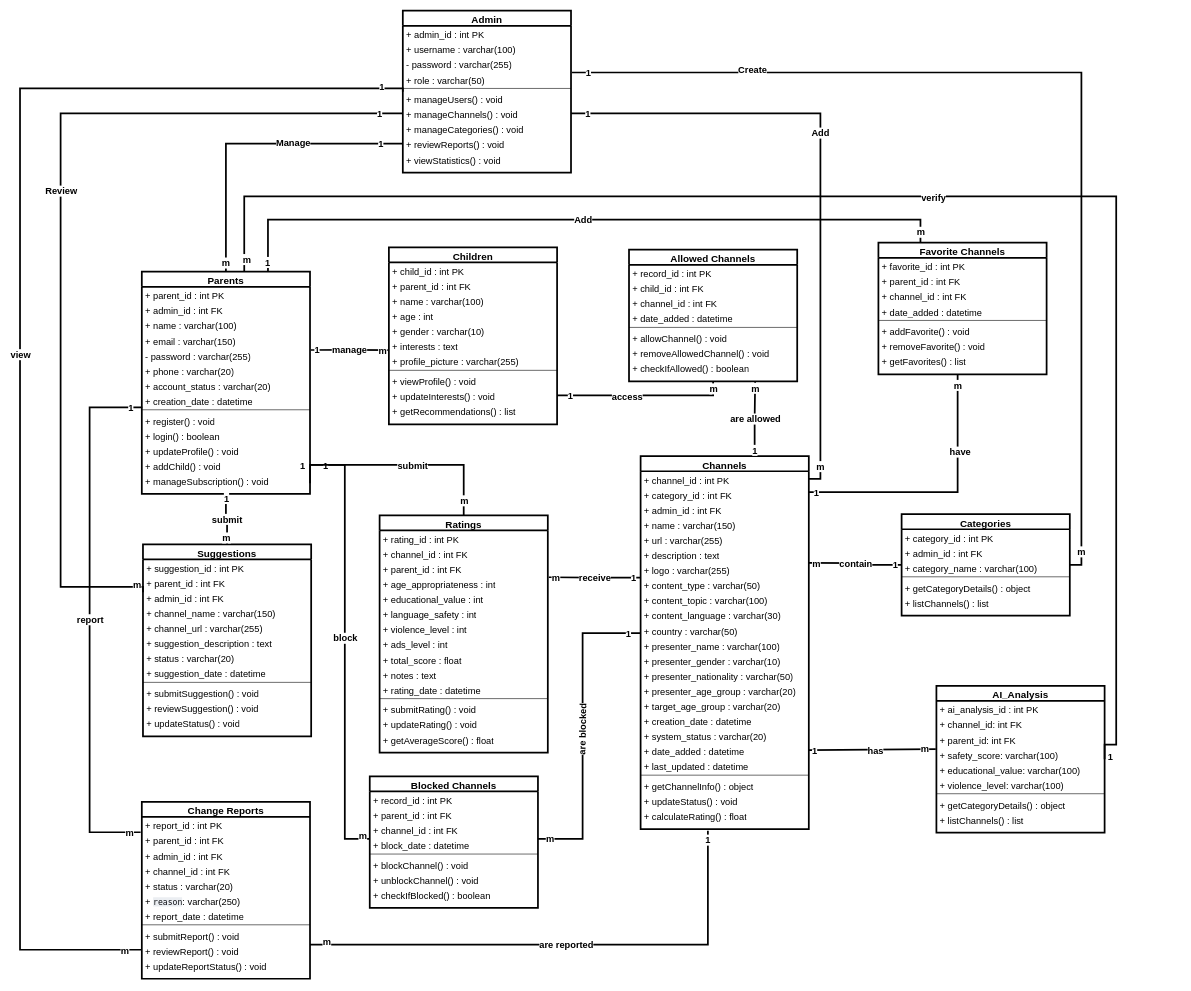
Before: page "Class Diagram" (6 of 7) of رقيب.drawio in MahmoudHamdy19/diagrams-, a draw.io diagram. Source tidied: cells renumbered, new cells numbered last; positions are measured from the earlier drawing's top-left corner, leaving out a move shared by most shapes. Both pictures are drawn from the tidied source at 58%, with x=0, y=0 at pixel (20, 10).
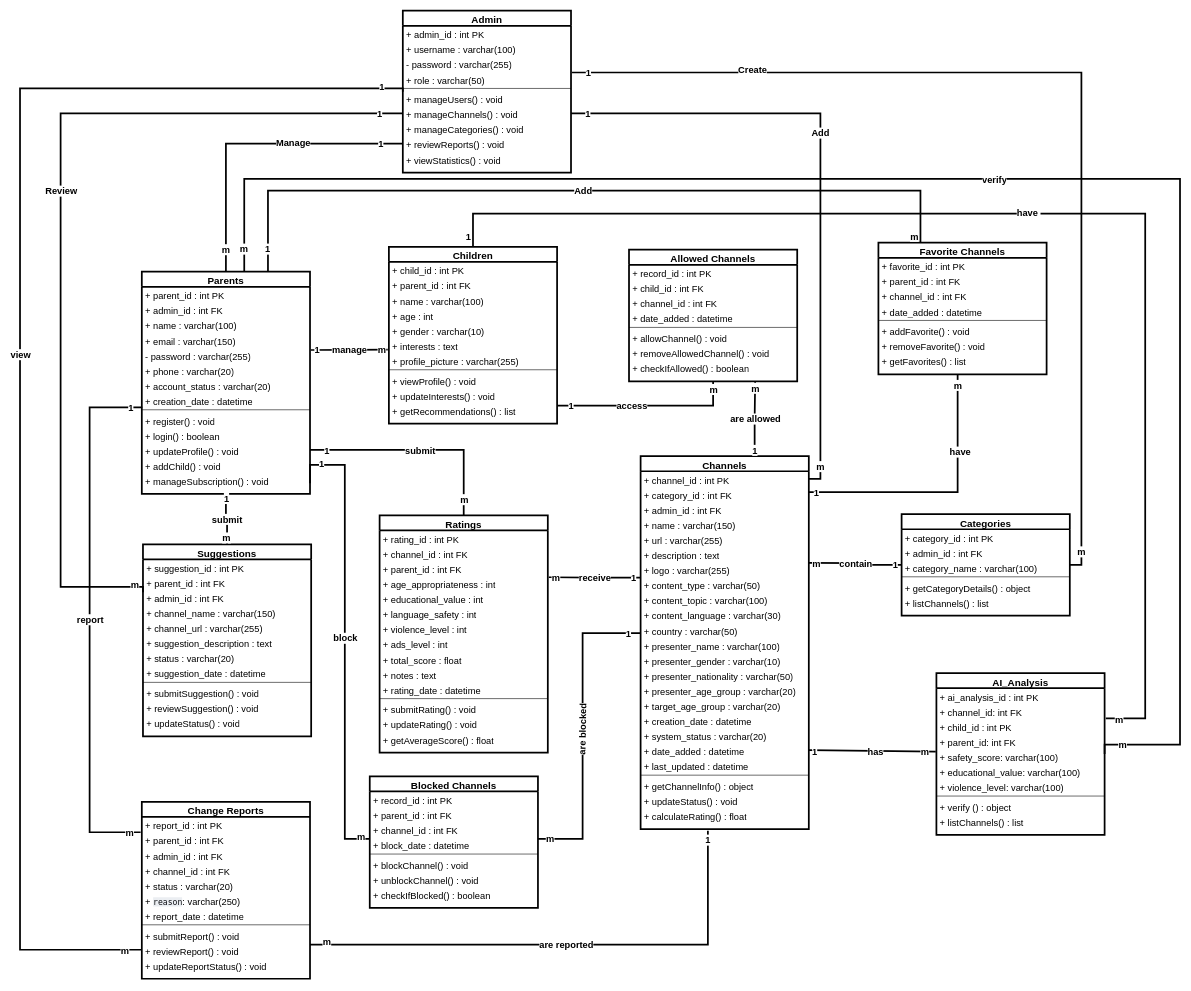
Above is the later version.

Unchanged cells that the change refers to:
```xml
<mxCell id="2" value="Parents" style="swimlane;fontStyle=1;align=center;verticalAlign=top;horizontal=1;startSize=26;whiteSpace=wrap;html=1;strokeWidth=3;fontSize=17;labelBackgroundColor=none;" parent="1" vertex="1">
  <mxGeometry x="210" y="450" width="290" height="383" as="geometry" />
</mxCell>
<mxCell id="14" value="+ updateProfile() : void" style="text;strokeColor=none;fillColor=none;align=left;verticalAlign=top;spacingLeft=4;spacingRight=4;overflow=hidden;points=[[0,0.5],[1,0.5]];portConstraint=eastwest;whiteSpace=wrap;html=1;fontSize=16;fontStyle=0;strokeWidth=3;labelBackgroundColor=default;" parent="2" vertex="1">
  <mxGeometry y="294" width="290" height="26" as="geometry" />
</mxCell>
<mxCell id="15" value="+ addChild() : void" style="text;strokeColor=none;fillColor=none;align=left;verticalAlign=top;spacingLeft=4;spacingRight=4;overflow=hidden;points=[[0,0.5],[1,0.5]];portConstraint=eastwest;whiteSpace=wrap;html=1;fontSize=16;fontStyle=0;strokeWidth=3;labelBackgroundColor=default;" parent="2" vertex="1">
  <mxGeometry y="320" width="290" height="26" as="geometry" />
</mxCell>
<mxCell id="27" value="+ updateInterests() : void" style="text;strokeColor=none;fillColor=none;align=left;verticalAlign=top;spacingLeft=4;spacingRight=4;overflow=hidden;points=[[0,0.5],[1,0.5]];portConstraint=eastwest;whiteSpace=wrap;html=1;fontSize=16;fontStyle=0;strokeWidth=3;labelBackgroundColor=default;" parent="17" vertex="1">
  <mxGeometry y="242" width="290" height="26" as="geometry" />
</mxCell>
<mxCell id="28" value="+ getRecommendations() : list" style="text;strokeColor=none;fillColor=none;align=left;verticalAlign=top;spacingLeft=4;spacingRight=4;overflow=hidden;points=[[0,0.5],[1,0.5]];portConstraint=eastwest;whiteSpace=wrap;html=1;fontSize=16;fontStyle=0;strokeWidth=3;labelBackgroundColor=default;" parent="17" vertex="1">
  <mxGeometry y="268" width="290" height="37" as="geometry" />
</mxCell>
<mxCell id="61" value="Ratings" style="swimlane;fontStyle=1;align=center;verticalAlign=top;horizontal=1;startSize=26;whiteSpace=wrap;html=1;strokeWidth=3;fontSize=17;labelBackgroundColor=none;" parent="1" vertex="1">
  <mxGeometry x="620" y="870" width="290" height="409" as="geometry" />
</mxCell>
<mxCell id="99" value="Allowed Channels" style="swimlane;fontStyle=1;align=center;verticalAlign=top;horizontal=1;startSize=26;whiteSpace=wrap;html=1;strokeWidth=3;fontSize=17;labelBackgroundColor=none;" parent="1" vertex="1">
  <mxGeometry x="1050" y="412" width="290" height="227" as="geometry" />
</mxCell>
<mxCell id="140" style="edgeStyle=orthogonalEdgeStyle;rounded=0;jettySize=auto;html=1;endArrow=none;endFill=0;strokeWidth=3;exitX=1;exitY=0.5;exitDx=0;exitDy=0;fontStyle=0;labelBackgroundColor=default;fontColor=default;" parent="1" edge="1" source="16" target="90">
  <mxGeometry relative="1" as="geometry">
    <Array as="points">
      <mxPoint x="560" y="783.1" />
      <mxPoint x="560" y="1428" />
    </Array>
  </mxGeometry>
</mxCell>
<mxCell id="175" value="Favorite Channels" style="swimlane;fontStyle=1;align=center;verticalAlign=top;horizontal=1;startSize=26;whiteSpace=wrap;html=1;strokeWidth=3;fontSize=17;labelBackgroundColor=none;" parent="1" vertex="1">
  <mxGeometry x="1480" y="400" width="290" height="227" as="geometry" />
</mxCell>
<mxCell id="184" style="edgeStyle=orthogonalEdgeStyle;rounded=0;jettySize=auto;html=1;endArrow=none;endFill=0;strokeWidth=3;exitX=0;exitY=0.5;exitDx=0;exitDy=0;fontStyle=0;labelBackgroundColor=default;fontColor=default;entryX=0.5;entryY=0;entryDx=0;entryDy=0;" parent="1" edge="1" source="173" target="2">
  <mxGeometry relative="1" as="geometry" />
</mxCell>
<mxCell id="196" style="edgeStyle=orthogonalEdgeStyle;rounded=0;jettySize=auto;html=1;endArrow=none;endFill=0;strokeWidth=3;exitX=0;exitY=0.5;exitDx=0;exitDy=0;fontStyle=0;labelBackgroundColor=default;fontColor=default;entryX=0;entryY=0.25;entryDx=0;entryDy=0;" parent="1" edge="1" source="171" target="77">
  <mxGeometry relative="1" as="geometry">
    <Array as="points">
      <mxPoint x="70" y="177" />
      <mxPoint x="70" y="993.5" />
    </Array>
  </mxGeometry>
</mxCell>
```

The edit, as a diff of the source:
```diff
@@
     <mxCell id="17" value="Children" style="swimlane;fontStyle=1;align=center;verticalAlign=top;horizontal=1;startSize=26;whiteSpace=wrap;html=1;strokeWidth=3;fontSize=17;labelBackgroundColor=none;" parent="1" vertex="1">
-      <mxGeometry x="636" y="408" width="290" height="305" as="geometry" />
+      <mxGeometry x="636" y="407" width="290" height="305" as="geometry" />
     </mxCell>
@@
-    <mxCell id="128" style="edgeStyle=orthogonalEdgeStyle;rounded=0;jettySize=auto;html=1;endArrow=none;endFill=0;strokeWidth=3;exitX=1;exitY=0.5;exitDx=0;exitDy=0;fontStyle=0;labelBackgroundColor=default;fontColor=default;" parent="1" edge="1" source="15" target="61">
+    <mxCell id="128" style="edgeStyle=orthogonalEdgeStyle;rounded=0;jettySize=auto;html=1;endArrow=none;endFill=0;strokeWidth=3;exitX=1;exitY=0.5;exitDx=0;exitDy=0;fontStyle=0;labelBackgroundColor=default;fontColor=default;" parent="1" edge="1" source="14" target="61">
       <mxGeometry relative="1" as="geometry" />
     </mxCell>
@@
     <mxCell id="141" value="1" style="edgeLabel;html=1;align=center;verticalAlign=middle;fontStyle=1;fontSize=16;labelBackgroundColor=default;" parent="140" vertex="1">
       <mxGeometry x="-0.85" relative="1" as="geometry">
-        <mxPoint x="-40" as="offset" />
+        <mxPoint x="-7" y="-3" as="offset" />
       </mxGeometry>
     </mxCell>
     <mxCell id="142" value="m" style="edgeLabel;html=1;align=center;verticalAlign=middle;fontStyle=1;fontSize=16;labelBackgroundColor=default;" parent="140" vertex="1">
       <mxGeometry x="0.85" relative="1" as="geometry">
-        <mxPoint x="30" y="9" as="offset" />
+        <mxPoint x="27" y="12" as="offset" />
       </mxGeometry>
     </mxCell>
@@
-    <mxCell id="148" style="edgeStyle=orthogonalEdgeStyle;rounded=0;jettySize=auto;html=1;endArrow=none;endFill=0;strokeWidth=3;exitX=1;exitY=0.5;exitDx=0;exitDy=0;fontStyle=0;labelBackgroundColor=default;fontColor=default;" parent="1" edge="1" source="27" target="99">
-      <mxGeometry relative="1" as="geometry" />
+    <mxCell id="148" style="edgeStyle=orthogonalEdgeStyle;rounded=0;jettySize=auto;html=1;endArrow=none;endFill=0;strokeWidth=3;fontStyle=0;labelBackgroundColor=default;fontColor=default;exitX=1.001;exitY=0.153;exitDx=0;exitDy=0;exitPerimeter=0;" parent="1" edge="1" source="28" target="99">
+      <mxGeometry relative="1" as="geometry">
+        <Array as="points">
+          <mxPoint x="1195" y="680.7" />
+        </Array>
+      </mxGeometry>
     </mxCell>
@@
     <mxCell id="186" value="m" style="edgeLabel;html=1;align=center;verticalAlign=middle;fontStyle=1;fontSize=16;labelBackgroundColor=default;" parent="184" vertex="1">
       <mxGeometry x="0.85" relative="1" as="geometry">
-        <mxPoint x="-1" y="23" as="offset" />
+        <mxPoint x="-1" as="offset" />
       </mxGeometry>
     </mxCell>
@@
     <mxCell id="198" value="m" style="edgeLabel;html=1;align=center;verticalAlign=middle;fontStyle=1;fontSize=16;labelBackgroundColor=default;" parent="196" vertex="1">
       <mxGeometry x="0.85" relative="1" as="geometry">
-        <mxPoint x="97" y="-4" as="offset" />
+        <mxPoint x="93" y="-4" as="offset" />
       </mxGeometry>
     </mxCell>
@@
     <mxCell id="200" style="edgeStyle=orthogonalEdgeStyle;rounded=0;jettySize=auto;html=1;endArrow=none;endFill=0;strokeWidth=3;exitX=0.75;exitY=0;exitDx=0;exitDy=0;fontStyle=0;labelBackgroundColor=default;fontColor=default;entryX=0.25;entryY=0;entryDx=0;entryDy=0;" parent="1" edge="1" source="2" target="175">
       <mxGeometry relative="1" as="geometry">
         <Array as="points">
-          <mxPoint x="427.5" y="360" />
-          <mxPoint x="1552.5" y="360" />
+          <mxPoint x="427.5" y="310" />
+          <mxPoint x="1552.5" y="310" />
         </Array>
       </mxGeometry>
     </mxCell>
     <mxCell id="201" value="1" style="edgeLabel;html=1;align=center;verticalAlign=middle;fontStyle=1;fontSize=16;labelBackgroundColor=default;" parent="200" vertex="1">
       <mxGeometry x="-0.85" relative="1" as="geometry">
-        <mxPoint x="-5" y="73" as="offset" />
+        <mxPoint x="-1" y="62" as="offset" />
       </mxGeometry>
     </mxCell>
     <mxCell id="202" value="m" style="edgeLabel;html=1;align=center;verticalAlign=middle;fontStyle=1;fontSize=16;labelBackgroundColor=default;" parent="200" vertex="1">
       <mxGeometry x="0.85" relative="1" as="geometry">
-        <mxPoint x="54" y="21" as="offset" />
+        <mxPoint x="1" y="78" as="offset" />
       </mxGeometry>
     </mxCell>
@@
     <mxCell id="212" value="AI_Analysis" style="swimlane;fontStyle=1;align=center;verticalAlign=top;horizontal=1;startSize=26;whiteSpace=wrap;html=1;strokeWidth=3;fontSize=17;labelBackgroundColor=none;" parent="1" vertex="1">
-      <mxGeometry x="1580" y="1164" width="290" height="253" as="geometry" />
+      <mxGeometry x="1580" y="1142" width="290" height="279" as="geometry" />
     </mxCell>
@@
-    <mxCell id="215" value="+ parent_id: int FK" style="text;strokeColor=none;fillColor=none;align=left;verticalAlign=top;spacingLeft=4;spacingRight=4;overflow=hidden;points=[[0,0.5],[1,0.5]];portConstraint=eastwest;whiteSpace=wrap;html=1;fontSize=16;strokeWidth=3;fontStyle=0;labelBackgroundColor=default;" parent="212" vertex="1">
+    <mxCell id="215" value="+ child_id : int PK" style="text;strokeColor=none;fillColor=none;align=left;verticalAlign=top;spacingLeft=4;spacingRight=4;overflow=hidden;points=[[0,0.5],[1,0.5]];portConstraint=eastwest;whiteSpace=wrap;html=1;fontSize=16;strokeWidth=3;fontStyle=0;labelBackgroundColor=default;" parent="212" vertex="1">
       <mxGeometry y="78" width="290" height="26" as="geometry" />
     </mxCell>
+    <mxCell id="230" value="+ parent_id: int FK" style="text;strokeColor=none;fillColor=none;align=left;verticalAlign=top;spacingLeft=4;spacingRight=4;overflow=hidden;whiteSpace=wrap;html=1;fontSize=16;strokeWidth=3;fontStyle=0;labelBackgroundColor=default;" parent="212" vertex="1">
+      <mxGeometry y="104" width="290" height="26" as="geometry" />
+    </mxCell>
     <mxCell id="216" value="+ safety_score: varchar(100)" style="text;strokeColor=none;fillColor=none;align=left;verticalAlign=top;spacingLeft=4;spacingRight=4;overflow=hidden;points=[[0,0.5],[1,0.5]];portConstraint=eastwest;whiteSpace=wrap;html=1;fontSize=16;strokeWidth=3;fontStyle=0;labelBackgroundColor=default;" parent="212" vertex="1">
-      <mxGeometry y="104" width="290" height="26" as="geometry" />
+      <mxGeometry y="130" width="290" height="26" as="geometry" />
     </mxCell>
     <mxCell id="217" value="+ educational_value: varchar(100)" style="text;strokeColor=none;fillColor=none;align=left;verticalAlign=top;spacingLeft=4;spacingRight=4;overflow=hidden;whiteSpace=wrap;html=1;fontSize=16;strokeWidth=3;fontStyle=0;labelBackgroundColor=default;" parent="212" vertex="1">
-      <mxGeometry y="130" width="290" height="26" as="geometry" />
+      <mxGeometry y="156" width="290" height="26" as="geometry" />
     </mxCell>
     <mxCell id="218" value="+ violence_level: varchar(100)" style="text;strokeColor=none;fillColor=none;align=left;verticalAlign=top;spacingLeft=4;spacingRight=4;overflow=hidden;whiteSpace=wrap;html=1;fontSize=16;strokeWidth=3;fontStyle=0;labelBackgroundColor=default;" parent="212" vertex="1">
-      <mxGeometry y="156" width="290" height="26" as="geometry" />
+      <mxGeometry y="182" width="290" height="26" as="geometry" />
     </mxCell>
     <mxCell id="219" style="line;strokeWidth=1;fillColor=none;align=left;verticalAlign=middle;spacingTop=-1;spacingLeft=3;spacingRight=3;labelPosition=right;html=1;fontStyle=0;labelBackgroundColor=default;" parent="212" vertex="1">
-      <mxGeometry y="182" width="290" height="8" as="geometry" />
+      <mxGeometry y="208" width="290" height="8" as="geometry" />
     </mxCell>
-    <mxCell id="220" value="+ getCategoryDetails() : object" style="text;strokeColor=none;fillColor=none;align=left;verticalAlign=top;spacingLeft=4;spacingRight=4;overflow=hidden;whiteSpace=wrap;html=1;fontSize=16;fontStyle=0;strokeWidth=3;labelBackgroundColor=default;" parent="212" vertex="1">
-      <mxGeometry y="190" width="290" height="26" as="geometry" />
+    <mxCell id="220" value="+ verify () : object" style="text;strokeColor=none;fillColor=none;align=left;verticalAlign=top;spacingLeft=4;spacingRight=4;overflow=hidden;whiteSpace=wrap;html=1;fontSize=16;fontStyle=0;strokeWidth=3;labelBackgroundColor=default;" parent="212" vertex="1">
+      <mxGeometry y="216" width="290" height="26" as="geometry" />
     </mxCell>
     <mxCell id="221" value="+ listChannels() : list" style="text;strokeColor=none;fillColor=none;align=left;verticalAlign=top;spacingLeft=4;spacingRight=4;overflow=hidden;whiteSpace=wrap;html=1;fontSize=16;fontStyle=0;strokeWidth=3;labelBackgroundColor=default;" parent="212" vertex="1">
-      <mxGeometry y="216" width="290" height="37" as="geometry" />
+      <mxGeometry y="242" width="290" height="37" as="geometry" />
     </mxCell>
@@
     <mxCell id="226" style="rounded=0;jettySize=auto;html=1;endArrow=none;endFill=0;strokeWidth=3;fontStyle=0;labelBackgroundColor=default;fontColor=default;exitX=1;exitY=0.5;exitDx=0;exitDy=0;entryX=0.609;entryY=0.001;entryDx=0;entryDy=0;entryPerimeter=0;edgeStyle=orthogonalEdgeStyle;" parent="1" edge="1" source="212" target="2">
       <mxGeometry relative="1" as="geometry">
         <Array as="points">
-          <mxPoint x="1890" y="1265.5" />
-          <mxPoint x="1890" y="320" />
-          <mxPoint x="386.7" y="320" />
+          <mxPoint x="1870" y="1265.5" />
+          <mxPoint x="2000" y="1265.5" />
+          <mxPoint x="2000" y="290" />
+          <mxPoint x="386.7" y="290" />
         </Array>
       </mxGeometry>
     </mxCell>
-    <mxCell id="227" value="1" style="edgeLabel;html=1;align=center;verticalAlign=middle;fontStyle=1;fontSize=16;labelBackgroundColor=default;" parent="226" vertex="1">
-      <mxGeometry x="-0.85" relative="1" as="geometry">
-        <mxPoint x="-11" y="173" as="offset" />
-      </mxGeometry>
-    </mxCell>
     <mxCell id="228" value="m" style="edgeLabel;html=1;align=center;verticalAlign=middle;fontStyle=1;fontSize=16;labelBackgroundColor=default;" parent="226" vertex="1">
       <mxGeometry x="0.85" relative="1" as="geometry">
-        <mxPoint x="-63" y="108" as="offset" />
+        <mxPoint x="-58" y="120" as="offset" />
       </mxGeometry>
     </mxCell>
@@
+    <mxCell id="231" style="edgeStyle=orthogonalEdgeStyle;rounded=0;jettySize=auto;html=1;endArrow=none;endFill=0;strokeWidth=3;exitX=0.5;exitY=0;exitDx=0;exitDy=0;fontStyle=0;labelBackgroundColor=default;fontColor=default;entryX=1.007;entryY=0;entryDx=0;entryDy=0;entryPerimeter=0;" parent="1" edge="1" source="17" target="215">
+      <mxGeometry relative="1" as="geometry">
+        <Array as="points">
+          <mxPoint x="781" y="350" />
+          <mxPoint x="1940" y="350" />
+          <mxPoint x="1940" y="1220" />
+        </Array>
+      </mxGeometry>
+    </mxCell>
+    <mxCell id="227" value="1" style="edgeLabel;html=1;align=center;verticalAlign=middle;fontStyle=1;fontSize=16;labelBackgroundColor=default;" parent="231" vertex="1">
+      <mxGeometry x="-0.85" relative="1" as="geometry">
+        <mxPoint x="-114" y="39" as="offset" />
+      </mxGeometry>
+    </mxCell>
+    <mxCell id="232" value="m" style="edgeLabel;html=1;align=center;verticalAlign=middle;fontStyle=1;fontSize=16;labelBackgroundColor=default;" parent="231" vertex="1">
+      <mxGeometry x="0.85" relative="1" as="geometry">
+        <mxPoint x="-40" y="138" as="offset" />
+      </mxGeometry>
+    </mxCell>
+    <mxCell id="233" value="have&amp;nbsp;" style="edgeLabel;html=1;align=center;verticalAlign=middle;fontStyle=1;fontSize=16;rotation=0;labelBackgroundColor=default;" parent="231" vertex="1">
+      <mxGeometry relative="1" as="geometry">
+        <mxPoint x="-63" y="-2" as="offset" />
+      </mxGeometry>
+    </mxCell>
+    <mxCell id="234" value="&lt;span style=&quot;font-size: 16px; font-weight: 700;&quot;&gt;m&lt;/span&gt;" style="edgeLabel;html=1;align=center;verticalAlign=middle;" parent="231" vertex="1">
+      <mxGeometry x="0.98" y="2" relative="1" as="geometry" />
+    </mxCell>
```
